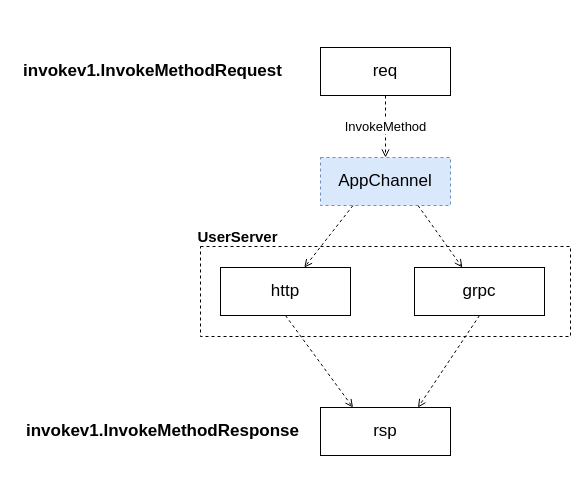
This is page "channel" (5 of 12) of 2020/dapr/dapr.drawio from abserari/draw.io, a draw.io file, before an edit. Source tidied: cells renumbered, new cells numbered last; positions are measured from the earlier drawing's top-left corner, leaving out a move shared by most shapes. Both pictures are drawn from the tidied source at 100%, with x=0, y=0 at pixel (17, 47).
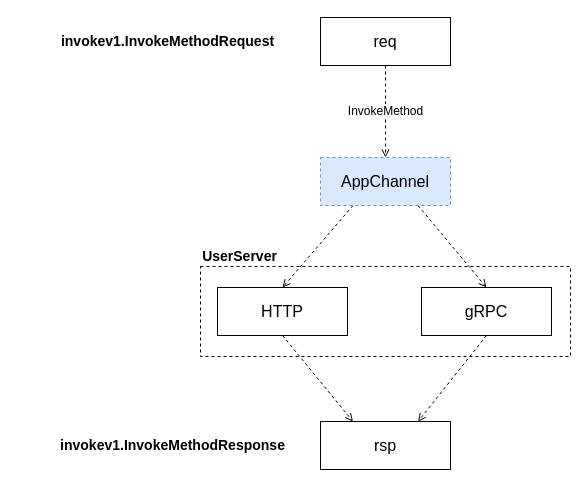
Above is the later version.

What changed in the source:
```diff
@@
 <mxGraphModel>
   <root>
     <mxCell id="0" />
     <mxCell id="1" parent="0" />
+    <mxCell id="14" style="rounded=0;whiteSpace=wrap;html=1;shadow=0;glass=0;gradientColor=none;fontColor=#000000;strokeColor=#000000;fontSize=17;fillColor=none;dashed=1;" parent="1" vertex="1">
+      <mxGeometry x="183" y="219" width="370" height="90" as="geometry" />
+    </mxCell>
-    <mxCell id="2" value="&lt;font style=&quot;font-size: 13px&quot;&gt;InvokeMethod&lt;/font&gt;" style="edgeStyle=orthogonalEdgeStyle;rounded=0;jettySize=auto;html=1;exitX=0.5;exitY=1;exitDx=0;exitDy=0;entryX=0.5;entryY=0;entryDx=0;entryDy=0;endArrow=open;endFill=0;dashed=1;" parent="1" edge="1" source="3" target="7">
+    <mxCell id="2" value="&lt;font style=&quot;font-size: 12px;&quot;&gt;InvokeMethod&lt;/font&gt;" style="edgeStyle=orthogonalEdgeStyle;rounded=0;jettySize=auto;html=1;exitX=0.5;exitY=1;exitDx=0;exitDy=0;entryX=0.5;entryY=0;entryDx=0;entryDy=0;endArrow=open;endFill=0;dashed=1;fontSize=12;" parent="1" edge="1" source="3" target="7">
       <mxGeometry relative="1" as="geometry" />
     </mxCell>
-    <mxCell id="3" value="req" style="rounded=0;whiteSpace=wrap;html=1;shadow=0;glass=0;gradientColor=none;fontColor=#000000;strokeColor=#000000;fontSize=17;" parent="1" vertex="1">
-      <mxGeometry x="303" width="130" height="48" as="geometry" />
+    <mxCell id="3" value="req" style="rounded=0;whiteSpace=wrap;html=1;shadow=0;glass=0;gradientColor=none;fontColor=#000000;strokeColor=#000000;fontSize=16;" parent="1" vertex="1">
+      <mxGeometry x="303" y="-30" width="130" height="48" as="geometry" />
     </mxCell>
-    <mxCell id="4" value="&lt;span style=&quot;font-size: 17px&quot;&gt;&lt;b&gt;invokev1.InvokeMethodRequest&lt;/b&gt;&lt;/span&gt;" style="text;html=1;align=center;verticalAlign=middle;" parent="1" vertex="1">
-      <mxGeometry y="14" width="270" height="20" as="geometry" />
+    <mxCell id="4" value="&lt;span style=&quot;font-size: 14px;&quot;&gt;&lt;b style=&quot;font-size: 14px;&quot;&gt;invokev1.InvokeMethodRequest&lt;/b&gt;&lt;/span&gt;" style="text;html=1;align=center;verticalAlign=middle;fontSize=14;" parent="1" vertex="1">
+      <mxGeometry x="35" y="-16" width="230" height="20" as="geometry" />
     </mxCell>
-    <mxCell id="5" style="rounded=0;jettySize=auto;html=1;endArrow=open;endFill=0;fontSize=13;exitX=0.25;exitY=1;exitDx=0;exitDy=0;dashed=1;" parent="1" edge="1" source="7" target="11">
+    <mxCell id="5" style="rounded=0;jettySize=auto;html=1;endArrow=open;endFill=0;fontSize=13;exitX=0.25;exitY=1;exitDx=0;exitDy=0;dashed=1;entryX=0.5;entryY=0;entryDx=0;entryDy=0;" parent="1" edge="1" source="7" target="11">
       <mxGeometry x="-0.07" relative="1" as="geometry" />
     </mxCell>
-    <mxCell id="6" style="rounded=0;jettySize=auto;html=1;endArrow=open;endFill=0;fontSize=13;exitX=0.75;exitY=1;exitDx=0;exitDy=0;dashed=1;" parent="1" edge="1" source="7" target="9">
+    <mxCell id="6" style="rounded=0;jettySize=auto;html=1;endArrow=open;endFill=0;fontSize=13;exitX=0.75;exitY=1;exitDx=0;exitDy=0;dashed=1;entryX=0.5;entryY=0;entryDx=0;entryDy=0;" parent="1" edge="1" source="7" target="9">
       <mxGeometry x="0.11" relative="1" as="geometry" />
     </mxCell>
-    <mxCell id="7" value="AppChannel" style="rounded=0;whiteSpace=wrap;html=1;shadow=0;glass=0;strokeColor=#6c8ebf;fontSize=17;dashed=1;fillColor=#dae8fc;" parent="1" vertex="1">
+    <mxCell id="7" value="AppChannel" style="rounded=0;whiteSpace=wrap;html=1;shadow=0;glass=0;strokeColor=#6c8ebf;fontSize=16;dashed=1;fillColor=#dae8fc;" parent="1" vertex="1">
       <mxGeometry x="303" y="110" width="130" height="48" as="geometry" />
     </mxCell>
     <mxCell id="8" style="rounded=0;jettySize=auto;html=1;exitX=0.5;exitY=1;exitDx=0;exitDy=0;endArrow=open;endFill=0;fontSize=13;entryX=0.75;entryY=0;entryDx=0;entryDy=0;dashed=1;" parent="1" edge="1" source="9" target="12">
       <mxGeometry relative="1" as="geometry" />
     </mxCell>
-    <mxCell id="9" value="grpc" style="rounded=0;whiteSpace=wrap;html=1;shadow=0;glass=0;gradientColor=none;fontColor=#000000;strokeColor=#000000;fontSize=17;" parent="1" vertex="1">
-      <mxGeometry x="397" y="220" width="130" height="48" as="geometry" />
+    <mxCell id="9" value="gRPC" style="rounded=0;whiteSpace=wrap;html=1;shadow=0;glass=0;gradientColor=none;fontColor=#000000;strokeColor=#000000;fontSize=16;" parent="1" vertex="1">
+      <mxGeometry x="404" y="240" width="130" height="48" as="geometry" />
     </mxCell>
     <mxCell id="10" style="rounded=0;jettySize=auto;html=1;exitX=0.5;exitY=1;exitDx=0;exitDy=0;endArrow=open;endFill=0;fontSize=13;entryX=0.25;entryY=0;entryDx=0;entryDy=0;dashed=1;" parent="1" edge="1" source="11" target="12">
       <mxGeometry relative="1" as="geometry" />
     </mxCell>
-    <mxCell id="11" value="http" style="rounded=0;whiteSpace=wrap;html=1;shadow=0;glass=0;gradientColor=none;fontColor=#000000;strokeColor=#000000;fontSize=17;" parent="1" vertex="1">
-      <mxGeometry x="203" y="220" width="130" height="48" as="geometry" />
+    <mxCell id="11" value="HTTP" style="rounded=0;whiteSpace=wrap;html=1;shadow=0;glass=0;gradientColor=none;fontColor=#000000;strokeColor=#000000;fontSize=16;" parent="1" vertex="1">
+      <mxGeometry x="200" y="240" width="130" height="48" as="geometry" />
     </mxCell>
-    <mxCell id="12" value="rsp" style="rounded=0;whiteSpace=wrap;html=1;shadow=0;glass=0;gradientColor=none;fontColor=#000000;strokeColor=#000000;fontSize=17;" parent="1" vertex="1">
-      <mxGeometry x="303" y="360" width="130" height="48" as="geometry" />
+    <mxCell id="12" value="rsp" style="rounded=0;whiteSpace=wrap;html=1;shadow=0;glass=0;gradientColor=none;fontColor=#000000;strokeColor=#000000;fontSize=16;" parent="1" vertex="1">
+      <mxGeometry x="303" y="374" width="130" height="48" as="geometry" />
     </mxCell>
-    <mxCell id="13" value="&lt;span style=&quot;font-size: 17px&quot;&gt;&lt;b&gt;invokev1.InvokeMethodResponse&lt;/b&gt;&lt;/span&gt;" style="text;html=1;align=center;verticalAlign=middle;" parent="1" vertex="1">
-      <mxGeometry y="374" width="290" height="20" as="geometry" />
+    <mxCell id="13" value="&lt;span style=&quot;font-size: 14px;&quot;&gt;&lt;b style=&quot;font-size: 14px;&quot;&gt;invokev1.InvokeMethodResponse&lt;/b&gt;&lt;/span&gt;" style="text;html=1;align=center;verticalAlign=middle;fontSize=14;" parent="1" vertex="1">
+      <mxGeometry x="35" y="388" width="240" height="20" as="geometry" />
     </mxCell>
-    <mxCell id="14" style="rounded=0;whiteSpace=wrap;html=1;shadow=0;glass=0;gradientColor=none;fontColor=#000000;strokeColor=#000000;fontSize=17;fillColor=none;dashed=1;" parent="1" vertex="1">
-      <mxGeometry x="183" y="199" width="370" height="90" as="geometry" />
-    </mxCell>
-    <mxCell id="15" value="UserServer" style="text;html=1;align=center;verticalAlign=middle;fontSize=15;fontStyle=1;" parent="1" vertex="1">
-      <mxGeometry x="170" y="179" width="100" height="20" as="geometry" />
+    <mxCell id="15" value="UserServer" style="text;html=1;align=center;verticalAlign=middle;fontSize=14;fontStyle=1;" parent="1" vertex="1">
+      <mxGeometry x="177" y="199" width="90" height="20" as="geometry" />
     </mxCell>
   </root>
 </mxGraphModel>
```
